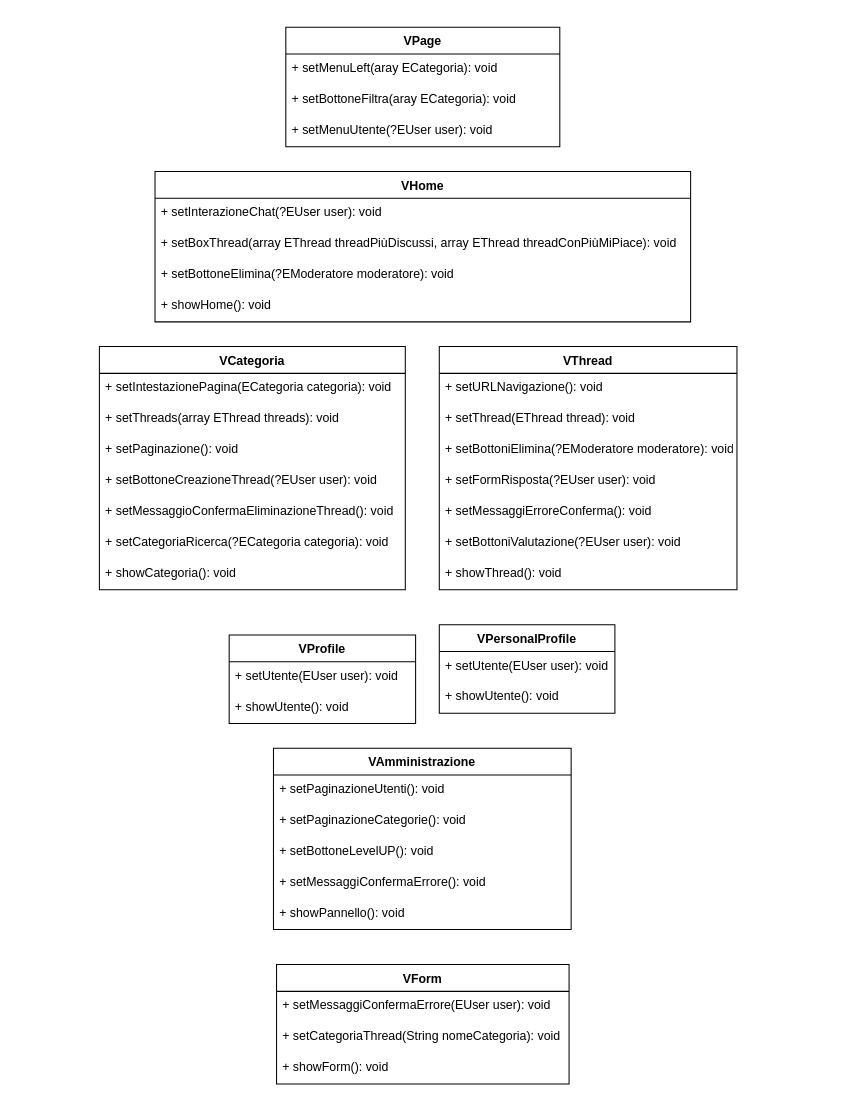
Before: Diagrammi/UMLView.drawio in EdoPan/UniChat, a draw.io diagram. Source tidied: cells renumbered, new cells numbered last; positions are measured from the earlier drawing's top-left corner, leaving out a move shared by most shapes. Both pictures are drawn from the tidied source at 103%, with x=0, y=0 at pixel (99, 27).
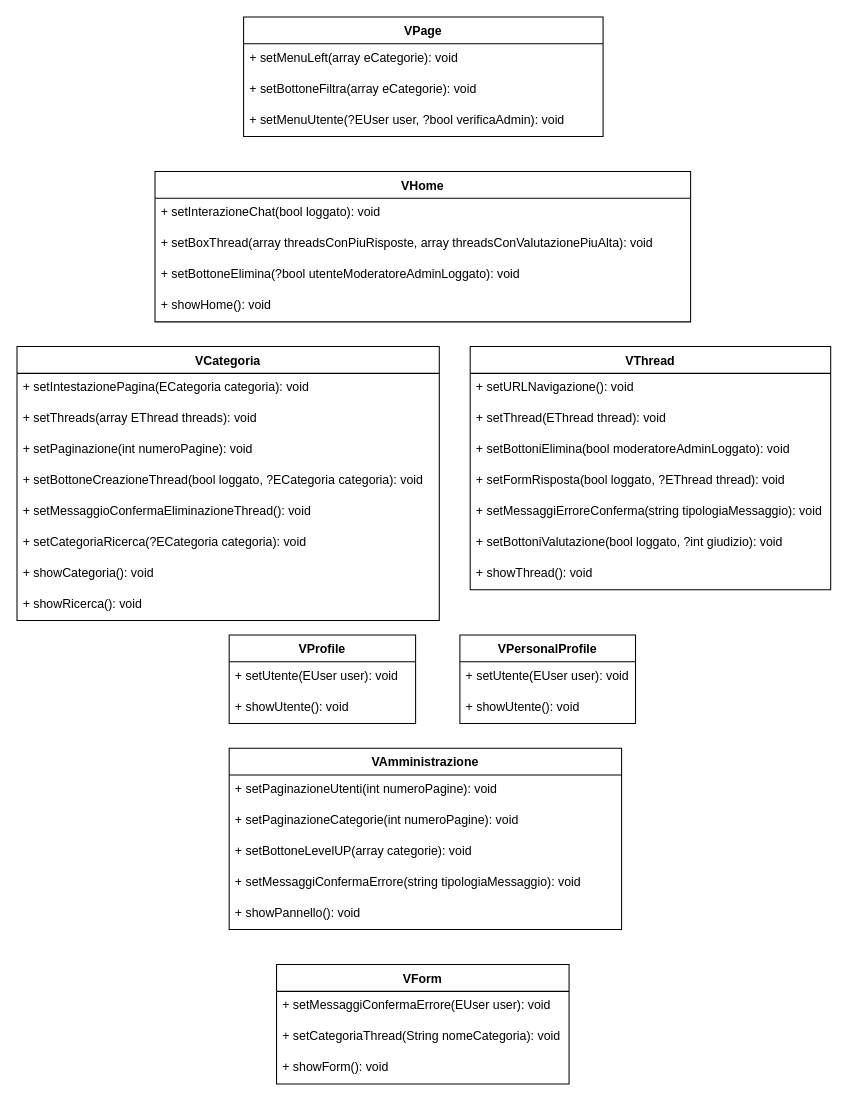
The same page after the edit.

Commit message:
Correzioni metodi

Unchanged cells that the change refers to:
```xml
<mxCell id="6" value="VHome" style="swimlane;fontStyle=1;align=center;verticalAlign=top;horizontal=1;startSize=26;" parent="1" vertex="1">
  <mxGeometry x="54" y="140" width="520" height="146" as="geometry" />
</mxCell>
```

Diff of the diagram source:
```diff
@@
     <mxCell id="2" value="VPage" style="swimlane;fontStyle=1;align=center;verticalAlign=top;horizontal=1;startSize=26;" parent="1" vertex="1">
-      <mxGeometry x="181" width="266" height="116" as="geometry" />
+      <mxGeometry x="140" y="-10" width="349" height="116" as="geometry" />
     </mxCell>
-    <mxCell id="3" value="+ setMenuLeft(aray ECategoria): void" style="text;strokeColor=none;fillColor=none;align=left;verticalAlign=top;spacingLeft=4;spacingRight=4;overflow=hidden;" parent="2" vertex="1">
-      <mxGeometry y="26" width="266" height="30" as="geometry" />
+    <mxCell id="3" value="+ setMenuLeft(array eCategorie): void" style="text;strokeColor=none;fillColor=none;align=left;verticalAlign=top;spacingLeft=4;spacingRight=4;overflow=hidden;" parent="2" vertex="1">
+      <mxGeometry y="26" width="349" height="30" as="geometry" />
     </mxCell>
-    <mxCell id="4" value="+ setBottoneFiltra(aray ECategoria): void" style="text;strokeColor=none;fillColor=none;align=left;verticalAlign=top;spacingLeft=4;spacingRight=4;overflow=hidden;" parent="2" vertex="1">
-      <mxGeometry y="56" width="266" height="30" as="geometry" />
+    <mxCell id="4" value="+ setBottoneFiltra(array eCategorie): void" style="text;strokeColor=none;fillColor=none;align=left;verticalAlign=top;spacingLeft=4;spacingRight=4;overflow=hidden;" parent="2" vertex="1">
+      <mxGeometry y="56" width="349" height="30" as="geometry" />
     </mxCell>
-    <mxCell id="5" value="+ setMenuUtente(?EUser user): void" style="text;strokeColor=none;fillColor=none;align=left;verticalAlign=top;spacingLeft=4;spacingRight=4;overflow=hidden;" parent="2" vertex="1">
-      <mxGeometry y="86" width="266" height="30" as="geometry" />
+    <mxCell id="5" value="+ setMenuUtente(?EUser user, ?bool verificaAdmin): void" style="text;strokeColor=none;fillColor=none;align=left;verticalAlign=top;spacingLeft=4;spacingRight=4;overflow=hidden;" parent="2" vertex="1">
+      <mxGeometry y="86" width="349" height="30" as="geometry" />
     </mxCell>
@@
-    <mxCell id="7" value="+ setInterazioneChat(?EUser user): void" style="text;strokeColor=none;fillColor=none;align=left;verticalAlign=top;spacingLeft=4;spacingRight=4;overflow=hidden;" parent="6" vertex="1">
+    <mxCell id="7" value="+ setInterazioneChat(bool loggato): void" style="text;strokeColor=none;fillColor=none;align=left;verticalAlign=top;spacingLeft=4;spacingRight=4;overflow=hidden;" parent="6" vertex="1">
       <mxGeometry y="26" width="520" height="30" as="geometry" />
     </mxCell>
-    <mxCell id="8" value="+ setBoxThread(array EThread threadPiùDiscussi, array EThread threadConPiùMiPiace): void" style="text;strokeColor=none;fillColor=none;align=left;verticalAlign=top;spacingLeft=4;spacingRight=4;overflow=hidden;" parent="6" vertex="1">
+    <mxCell id="8" value="+ setBoxThread(array threadsConPiuRisposte, array threadsConValutazionePiuAlta): void" style="text;strokeColor=none;fillColor=none;align=left;verticalAlign=top;spacingLeft=4;spacingRight=4;overflow=hidden;" parent="6" vertex="1">
       <mxGeometry y="56" width="520" height="30" as="geometry" />
     </mxCell>
-    <mxCell id="9" value="+ setBottoneElimina(?EModeratore moderatore): void" style="text;strokeColor=none;fillColor=none;align=left;verticalAlign=top;spacingLeft=4;spacingRight=4;overflow=hidden;" parent="6" vertex="1">
+    <mxCell id="9" value="+ setBottoneElimina(?bool utenteModeratoreAdminLoggato): void" style="text;strokeColor=none;fillColor=none;align=left;verticalAlign=top;spacingLeft=4;spacingRight=4;overflow=hidden;" parent="6" vertex="1">
       <mxGeometry y="86" width="520" height="30" as="geometry" />
     </mxCell>
@@
     <mxCell id="11" value="VCategoria" style="swimlane;fontStyle=1;align=center;verticalAlign=top;horizontal=1;startSize=26;" parent="1" vertex="1">
-      <mxGeometry y="310" width="297" height="236" as="geometry" />
+      <mxGeometry x="-80" y="310" width="410" height="266" as="geometry" />
     </mxCell>
     <mxCell id="12" value="+ setIntestazionePagina(ECategoria categoria): void" style="text;strokeColor=none;fillColor=none;align=left;verticalAlign=top;spacingLeft=4;spacingRight=4;overflow=hidden;" parent="11" vertex="1">
-      <mxGeometry y="26" width="297" height="30" as="geometry" />
+      <mxGeometry y="26" width="410" height="30" as="geometry" />
     </mxCell>
     <mxCell id="13" value="+ setThreads(array EThread threads): void" style="text;strokeColor=none;fillColor=none;align=left;verticalAlign=top;spacingLeft=4;spacingRight=4;overflow=hidden;" parent="11" vertex="1">
-      <mxGeometry y="56" width="297" height="30" as="geometry" />
+      <mxGeometry y="56" width="410" height="30" as="geometry" />
     </mxCell>
-    <mxCell id="14" value="+ setPaginazione(): void" style="text;strokeColor=none;fillColor=none;align=left;verticalAlign=top;spacingLeft=4;spacingRight=4;overflow=hidden;" parent="11" vertex="1">
-      <mxGeometry y="86" width="297" height="30" as="geometry" />
+    <mxCell id="14" value="+ setPaginazione(int numeroPagine): void" style="text;strokeColor=none;fillColor=none;align=left;verticalAlign=top;spacingLeft=4;spacingRight=4;overflow=hidden;" parent="11" vertex="1">
+      <mxGeometry y="86" width="410" height="30" as="geometry" />
     </mxCell>
-    <mxCell id="15" value="+ setBottoneCreazioneThread(?EUser user): void" style="text;strokeColor=none;fillColor=none;align=left;verticalAlign=top;spacingLeft=4;spacingRight=4;overflow=hidden;" parent="11" vertex="1">
-      <mxGeometry y="116" width="297" height="30" as="geometry" />
+    <mxCell id="15" value="+ setBottoneCreazioneThread(bool loggato, ?ECategoria categoria): void" style="text;strokeColor=none;fillColor=none;align=left;verticalAlign=top;spacingLeft=4;spacingRight=4;overflow=hidden;" parent="11" vertex="1">
+      <mxGeometry y="116" width="410" height="30" as="geometry" />
     </mxCell>
     <mxCell id="16" value="+ setMessaggioConfermaEliminazioneThread(): void" style="text;strokeColor=none;fillColor=none;align=left;verticalAlign=top;spacingLeft=4;spacingRight=4;overflow=hidden;" parent="11" vertex="1">
-      <mxGeometry y="146" width="297" height="30" as="geometry" />
+      <mxGeometry y="146" width="410" height="30" as="geometry" />
     </mxCell>
     <mxCell id="17" value="+ setCategoriaRicerca(?ECategoria categoria): void" style="text;strokeColor=none;fillColor=none;align=left;verticalAlign=top;spacingLeft=4;spacingRight=4;overflow=hidden;" parent="11" vertex="1">
-      <mxGeometry y="176" width="297" height="30" as="geometry" />
+      <mxGeometry y="176" width="410" height="30" as="geometry" />
     </mxCell>
     <mxCell id="18" value="+ showCategoria(): void" style="text;strokeColor=none;fillColor=none;align=left;verticalAlign=top;spacingLeft=4;spacingRight=4;overflow=hidden;" parent="11" vertex="1">
-      <mxGeometry y="206" width="297" height="30" as="geometry" />
+      <mxGeometry y="206" width="410" height="30" as="geometry" />
     </mxCell>
+    <mxCell id="43" value="+ showRicerca(): void" style="text;strokeColor=none;fillColor=none;align=left;verticalAlign=top;spacingLeft=4;spacingRight=4;overflow=hidden;" parent="11" vertex="1">
+      <mxGeometry y="236" width="410" height="30" as="geometry" />
+    </mxCell>
     <mxCell id="19" value="VThread" style="swimlane;fontStyle=1;align=center;verticalAlign=top;horizontal=1;startSize=26;" parent="1" vertex="1">
-      <mxGeometry x="330" y="310" width="289" height="236" as="geometry" />
+      <mxGeometry x="360" y="310" width="350" height="236" as="geometry" />
     </mxCell>
     <mxCell id="20" value="+ setURLNavigazione(): void" style="text;strokeColor=none;fillColor=none;align=left;verticalAlign=top;spacingLeft=4;spacingRight=4;overflow=hidden;" parent="19" vertex="1">
-      <mxGeometry y="26" width="289" height="30" as="geometry" />
+      <mxGeometry y="26" width="350" height="30" as="geometry" />
     </mxCell>
     <mxCell id="21" value="+ setThread(EThread thread): void" style="text;strokeColor=none;fillColor=none;align=left;verticalAlign=top;spacingLeft=4;spacingRight=4;overflow=hidden;" parent="19" vertex="1">
-      <mxGeometry y="56" width="289" height="30" as="geometry" />
+      <mxGeometry y="56" width="350" height="30" as="geometry" />
     </mxCell>
-    <mxCell id="22" value="+ setBottoniElimina(?EModeratore moderatore): void" style="text;strokeColor=none;fillColor=none;align=left;verticalAlign=top;spacingLeft=4;spacingRight=4;overflow=hidden;" parent="19" vertex="1">
-      <mxGeometry y="86" width="289" height="30" as="geometry" />
+    <mxCell id="22" value="+ setBottoniElimina(bool moderatoreAdminLoggato): void" style="text;strokeColor=none;fillColor=none;align=left;verticalAlign=top;spacingLeft=4;spacingRight=4;overflow=hidden;" parent="19" vertex="1">
+      <mxGeometry y="86" width="350" height="30" as="geometry" />
     </mxCell>
-    <mxCell id="23" value="+ setFormRisposta(?EUser user): void" style="text;strokeColor=none;fillColor=none;align=left;verticalAlign=top;spacingLeft=4;spacingRight=4;overflow=hidden;" parent="19" vertex="1">
-      <mxGeometry y="116" width="289" height="30" as="geometry" />
+    <mxCell id="23" value="+ setFormRisposta(bool loggato, ?EThread thread): void" style="text;strokeColor=none;fillColor=none;align=left;verticalAlign=top;spacingLeft=4;spacingRight=4;overflow=hidden;" parent="19" vertex="1">
+      <mxGeometry y="116" width="350" height="30" as="geometry" />
     </mxCell>
-    <mxCell id="24" value="+ setMessaggiErroreConferma(): void" style="text;strokeColor=none;fillColor=none;align=left;verticalAlign=top;spacingLeft=4;spacingRight=4;overflow=hidden;" parent="19" vertex="1">
-      <mxGeometry y="146" width="289" height="30" as="geometry" />
+    <mxCell id="24" value="+ setMessaggiErroreConferma(string tipologiaMessaggio): void" style="text;strokeColor=none;fillColor=none;align=left;verticalAlign=top;spacingLeft=4;spacingRight=4;overflow=hidden;" parent="19" vertex="1">
+      <mxGeometry y="146" width="350" height="30" as="geometry" />
     </mxCell>
-    <mxCell id="25" value="+ setBottoniValutazione(?EUser user): void" style="text;strokeColor=none;fillColor=none;align=left;verticalAlign=top;spacingLeft=4;spacingRight=4;overflow=hidden;" parent="19" vertex="1">
-      <mxGeometry y="176" width="289" height="30" as="geometry" />
+    <mxCell id="25" value="+ setBottoniValutazione(bool loggato, ?int giudizio): void" style="text;strokeColor=none;fillColor=none;align=left;verticalAlign=top;spacingLeft=4;spacingRight=4;overflow=hidden;" parent="19" vertex="1">
+      <mxGeometry y="176" width="350" height="30" as="geometry" />
     </mxCell>
     <mxCell id="26" value="+ showThread(): void" style="text;strokeColor=none;fillColor=none;align=left;verticalAlign=top;spacingLeft=4;spacingRight=4;overflow=hidden;" parent="19" vertex="1">
-      <mxGeometry y="206" width="289" height="30" as="geometry" />
+      <mxGeometry y="206" width="350" height="30" as="geometry" />
     </mxCell>
@@
     <mxCell id="31" value="VAmministrazione" style="swimlane;fontStyle=1;align=center;verticalAlign=top;horizontal=1;startSize=26;" parent="1" vertex="1">
-      <mxGeometry x="169" y="700" width="289" height="176" as="geometry" />
+      <mxGeometry x="126" y="700" width="381" height="176" as="geometry" />
     </mxCell>
-    <mxCell id="32" value="+ setPaginazioneUtenti(): void" style="text;strokeColor=none;fillColor=none;align=left;verticalAlign=top;spacingLeft=4;spacingRight=4;overflow=hidden;" parent="31" vertex="1">
-      <mxGeometry y="26" width="289" height="30" as="geometry" />
+    <mxCell id="32" value="+ setPaginazioneUtenti(int numeroPagine): void" style="text;strokeColor=none;fillColor=none;align=left;verticalAlign=top;spacingLeft=4;spacingRight=4;overflow=hidden;" parent="31" vertex="1">
+      <mxGeometry y="26" width="381" height="30" as="geometry" />
     </mxCell>
-    <mxCell id="33" value="+ setPaginazioneCategorie(): void" style="text;strokeColor=none;fillColor=none;align=left;verticalAlign=top;spacingLeft=4;spacingRight=4;overflow=hidden;" parent="31" vertex="1">
-      <mxGeometry y="56" width="289" height="30" as="geometry" />
+    <mxCell id="33" value="+ setPaginazioneCategorie(int numeroPagine): void" style="text;strokeColor=none;fillColor=none;align=left;verticalAlign=top;spacingLeft=4;spacingRight=4;overflow=hidden;" parent="31" vertex="1">
+      <mxGeometry y="56" width="381" height="30" as="geometry" />
     </mxCell>
-    <mxCell id="34" value="+ setBottoneLevelUP(): void" style="text;strokeColor=none;fillColor=none;align=left;verticalAlign=top;spacingLeft=4;spacingRight=4;overflow=hidden;" parent="31" vertex="1">
-      <mxGeometry y="86" width="289" height="30" as="geometry" />
+    <mxCell id="34" value="+ setBottoneLevelUP(array categorie): void" style="text;strokeColor=none;fillColor=none;align=left;verticalAlign=top;spacingLeft=4;spacingRight=4;overflow=hidden;" parent="31" vertex="1">
+      <mxGeometry y="86" width="381" height="30" as="geometry" />
     </mxCell>
-    <mxCell id="35" value="+ setMessaggiConfermaErrore(): void" style="text;strokeColor=none;fillColor=none;align=left;verticalAlign=top;spacingLeft=4;spacingRight=4;overflow=hidden;" parent="31" vertex="1">
-      <mxGeometry y="116" width="289" height="30" as="geometry" />
+    <mxCell id="35" value="+ setMessaggiConfermaErrore(string tipologiaMessaggio): void" style="text;strokeColor=none;fillColor=none;align=left;verticalAlign=top;spacingLeft=4;spacingRight=4;overflow=hidden;" parent="31" vertex="1">
+      <mxGeometry y="116" width="381" height="30" as="geometry" />
     </mxCell>
     <mxCell id="36" value="+ showPannello(): void" style="text;strokeColor=none;fillColor=none;align=left;verticalAlign=top;spacingLeft=4;spacingRight=4;overflow=hidden;" parent="31" vertex="1">
-      <mxGeometry y="146" width="289" height="30" as="geometry" />
+      <mxGeometry y="146" width="381" height="30" as="geometry" />
     </mxCell>
     <mxCell id="37" value="VPersonalProfile" style="swimlane;fontStyle=1;align=center;verticalAlign=top;horizontal=1;startSize=26;" parent="1" vertex="1">
-      <mxGeometry x="330" y="580" width="170.5" height="86" as="geometry" />
+      <mxGeometry x="350" y="590" width="170.5" height="86" as="geometry" />
     </mxCell>
```
